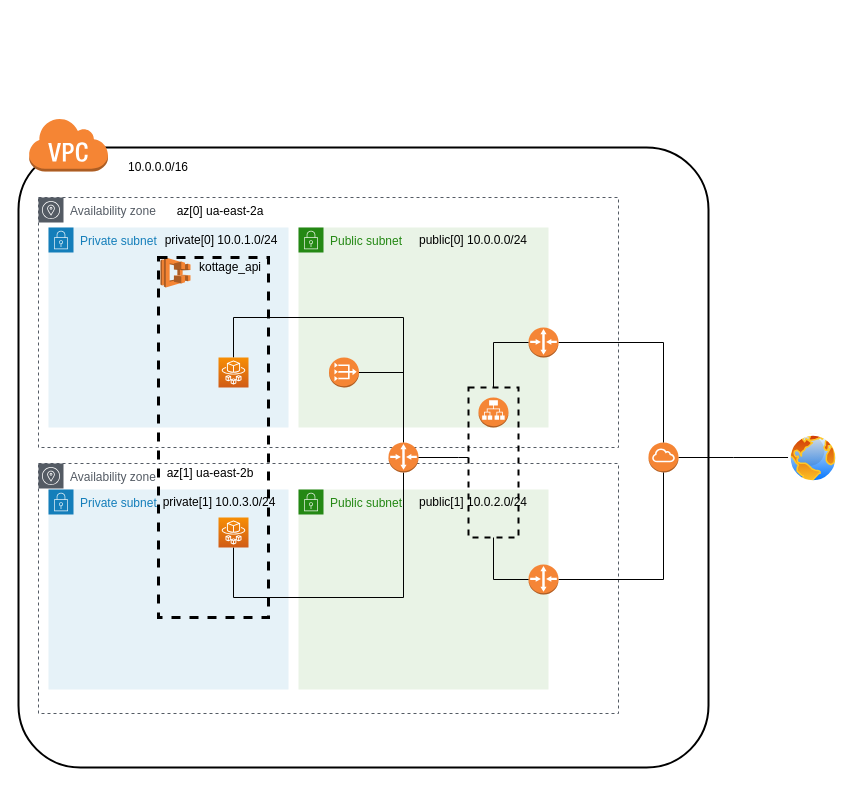
The draw.io diagram infra/kottage-network.drawio in hmiyado/kottage, before the edit. Source tidied: cells renumbered, new cells numbered last; positions are measured from the earlier drawing's top-left corner, leaving out a move shared by most shapes. Both pictures are drawn from the tidied source at 100%, with x=0, y=0 at pixel (18, 117).
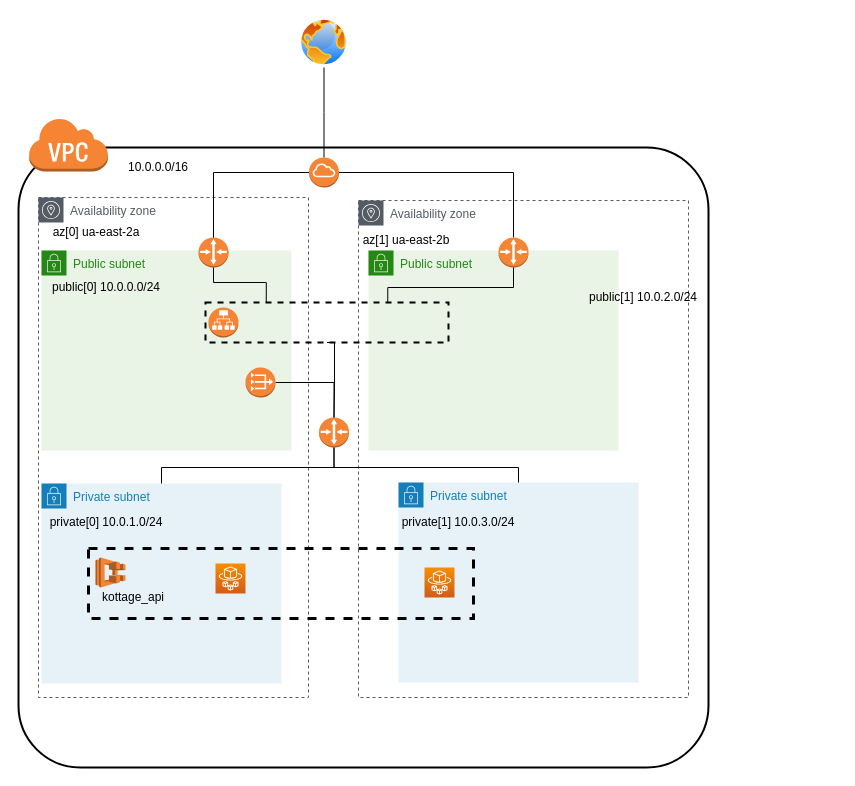
After the change.

Commit message:
refine network diagram

The edit, as a diff of the source:
```diff
@@
     <mxCell id="3" value="Availability zone" style="gradientColor=none;html=1;whiteSpace=wrap;fontSize=12;fontStyle=0;shape=mxgraph.aws4.group;grIcon=mxgraph.aws4.group_availability_zone;strokeColor=#545B64;fillColor=none;verticalAlign=top;align=left;spacingLeft=30;fontColor=#545B64;dashed=1;" parent="1" vertex="1">
-      <mxGeometry x="20" y="80" width="580" height="250" as="geometry" />
+      <mxGeometry x="20" y="80" width="270" height="500" as="geometry" />
     </mxCell>
     <mxCell id="4" value="Private subnet" style="points=[[0,0],[0.25,0],[0.5,0],[0.75,0],[1,0],[1,0.25],[1,0.5],[1,0.75],[1,1],[0.75,1],[0.5,1],[0.25,1],[0,1],[0,0.75],[0,0.5],[0,0.25]];outlineConnect=0;gradientColor=none;html=1;whiteSpace=wrap;fontSize=12;fontStyle=0;shape=mxgraph.aws4.group;grIcon=mxgraph.aws4.group_security_group;grStroke=0;strokeColor=#147EBA;fillColor=#E6F2F8;verticalAlign=top;align=left;spacingLeft=30;fontColor=#147EBA;dashed=0;" parent="1" vertex="1">
-      <mxGeometry x="30" y="110" width="240" height="200" as="geometry" />
+      <mxGeometry x="23" y="366" width="240" height="200" as="geometry" />
     </mxCell>
     <mxCell id="5" value="Availability zone" style="gradientColor=none;html=1;whiteSpace=wrap;fontSize=12;fontStyle=0;shape=mxgraph.aws4.group;grIcon=mxgraph.aws4.group_availability_zone;strokeColor=#545B64;fillColor=none;verticalAlign=top;align=left;spacingLeft=30;fontColor=#545B64;dashed=1;" parent="1" vertex="1">
-      <mxGeometry x="20" y="346" width="580" height="250" as="geometry" />
+      <mxGeometry x="340" y="83" width="330" height="497" as="geometry" />
     </mxCell>
@@
-    <mxCell id="7" style="edgeStyle=elbowEdgeStyle;rounded=0;jettySize=auto;elbow=vertical;html=1;exitX=1;exitY=0.5;exitDx=0;exitDy=0;exitPerimeter=0;endArrow=none;endFill=0;strokeColor=#000000;" parent="1" edge="1" source="8" target="28">
+    <mxCell id="7" style="edgeStyle=elbowEdgeStyle;rounded=0;jettySize=auto;elbow=vertical;html=1;exitX=0.5;exitY=0;exitDx=0;exitDy=0;exitPerimeter=0;endArrow=none;endFill=0;strokeColor=#000000;" parent="1" edge="1" source="8" target="28">
       <mxGeometry relative="1" as="geometry" />
     </mxCell>
     <mxCell id="8" style="outlineConnect=0;dashed=0;verticalLabelPosition=bottom;verticalAlign=top;align=center;html=1;shape=mxgraph.aws3.internet_gateway;fillColor=#F58534;gradientColor=none;" parent="1" vertex="1">
-      <mxGeometry x="630" y="325" width="30" height="30" as="geometry" />
+      <mxGeometry x="290.5" y="40" width="30" height="30" as="geometry" />
     </mxCell>
@@
     <mxCell id="10" value="private[0] 10.0.1.0/24" style="text;html=1;strokeColor=none;fillColor=none;align=center;verticalAlign=middle;whiteSpace=wrap;rounded=0;" parent="1" vertex="1">
-      <mxGeometry x="143" y="113" width="120" height="20" as="geometry" />
+      <mxGeometry x="28" y="395" width="120" height="20" as="geometry" />
     </mxCell>
     <mxCell id="11" value="Private subnet" style="points=[[0,0],[0.25,0],[0.5,0],[0.75,0],[1,0],[1,0.25],[1,0.5],[1,0.75],[1,1],[0.75,1],[0.5,1],[0.25,1],[0,1],[0,0.75],[0,0.5],[0,0.25]];outlineConnect=0;gradientColor=none;html=1;whiteSpace=wrap;fontSize=12;fontStyle=0;shape=mxgraph.aws4.group;grIcon=mxgraph.aws4.group_security_group;grStroke=0;strokeColor=#147EBA;fillColor=#E6F2F8;verticalAlign=top;align=left;spacingLeft=30;fontColor=#147EBA;dashed=0;" parent="1" vertex="1">
-      <mxGeometry x="30" y="372" width="240" height="200" as="geometry" />
+      <mxGeometry x="380" y="365" width="240" height="200" as="geometry" />
     </mxCell>
     <mxCell id="12" value="private[1] 10.0.3.0/24" style="text;html=1;strokeColor=none;fillColor=none;align=center;verticalAlign=middle;whiteSpace=wrap;rounded=0;" parent="1" vertex="1">
-      <mxGeometry x="141" y="375" width="120" height="20" as="geometry" />
+      <mxGeometry x="380" y="395" width="120" height="20" as="geometry" />
     </mxCell>
     <mxCell id="13" value="Public subnet" style="gradientColor=none;html=1;whiteSpace=wrap;fontSize=12;fontStyle=0;shape=mxgraph.aws4.group;grIcon=mxgraph.aws4.group_security_group;grStroke=0;strokeColor=#248814;fillColor=#E9F3E6;verticalAlign=top;align=left;spacingLeft=30;fontColor=#248814;dashed=0;" parent="1" vertex="1">
-      <mxGeometry x="280" y="110" width="250" height="200" as="geometry" />
+      <mxGeometry x="23" y="133" width="250" height="200" as="geometry" />
     </mxCell>
     <mxCell id="14" value="public[0] 10.0.0.0/24" style="text;html=1;strokeColor=none;fillColor=none;align=center;verticalAlign=middle;whiteSpace=wrap;rounded=0;" parent="1" vertex="1">
-      <mxGeometry x="390" y="113" width="130" height="20" as="geometry" />
+      <mxGeometry x="23" y="160" width="130" height="20" as="geometry" />
     </mxCell>
     <mxCell id="15" value="Public subnet" style="gradientColor=none;html=1;whiteSpace=wrap;fontSize=12;fontStyle=0;shape=mxgraph.aws4.group;grIcon=mxgraph.aws4.group_security_group;grStroke=0;strokeColor=#248814;fillColor=#E9F3E6;verticalAlign=top;align=left;spacingLeft=30;fontColor=#248814;dashed=0;" parent="1" vertex="1">
-      <mxGeometry x="280" y="372" width="250" height="200" as="geometry" />
+      <mxGeometry x="350" y="133" width="250" height="200" as="geometry" />
     </mxCell>
     <mxCell id="16" value="public[1] 10.0.2.0/24" style="text;html=1;strokeColor=none;fillColor=none;align=center;verticalAlign=middle;whiteSpace=wrap;rounded=0;" parent="1" vertex="1">
-      <mxGeometry x="390" y="375" width="130" height="20" as="geometry" />
+      <mxGeometry x="560" y="170" width="130" height="20" as="geometry" />
     </mxCell>
-    <mxCell id="17" style="edgeStyle=elbowEdgeStyle;rounded=0;jettySize=auto;html=1;entryX=0.5;entryY=0;entryDx=0;entryDy=0;entryPerimeter=0;endArrow=none;endFill=0;strokeColor=#000000;elbow=vertical;exitX=0.5;exitY=0;exitDx=0;exitDy=0;exitPerimeter=0;" parent="1" edge="1" source="29" target="21">
+    <mxCell id="17" style="edgeStyle=elbowEdgeStyle;rounded=0;jettySize=auto;html=1;endArrow=none;endFill=0;strokeColor=#000000;elbow=vertical;exitX=0.5;exitY=0;exitDx=0;exitDy=0;exitPerimeter=0;entryX=0.5;entryY=0;entryDx=0;entryDy=0;" parent="1" edge="1" source="29" target="4">
       <mxGeometry relative="1" as="geometry">
         <Array as="points">
-          <mxPoint x="290" y="200" />
+          <mxPoint x="220" y="350" />
+          <mxPoint x="270" y="400" />
           <mxPoint x="380" y="160" />
         </Array>
       </mxGeometry>
     </mxCell>
     <mxCell id="18" style="dashed=0;verticalLabelPosition=bottom;verticalAlign=top;align=center;html=1;shape=mxgraph.aws3.application_load_balancer;fillColor=#F58534;gradientColor=none;" parent="1" vertex="1">
-      <mxGeometry x="460" y="280" width="30" height="30" as="geometry" />
+      <mxGeometry x="190" y="190" width="30" height="30" as="geometry" />
     </mxCell>
     <mxCell id="19" style="edgeStyle=elbowEdgeStyle;rounded=0;jettySize=auto;elbow=vertical;html=1;exitX=1;exitY=0.5;exitDx=0;exitDy=0;exitPerimeter=0;endArrow=none;endFill=0;strokeColor=#000000;entryX=0.5;entryY=0;entryDx=0;entryDy=0;entryPerimeter=0;" parent="1" edge="1" source="20" target="29">
       <mxGeometry relative="1" as="geometry">
         <Array as="points">
+          <mxPoint x="310" y="265" />
           <mxPoint x="390" y="255" />
         </Array>
       </mxGeometry>
     </mxCell>
     <mxCell id="20" style="outlineConnect=0;dashed=0;verticalLabelPosition=bottom;verticalAlign=top;align=center;html=1;shape=mxgraph.aws3.vpc_nat_gateway;fillColor=#F58534;gradientColor=none;" parent="1" vertex="1">
-      <mxGeometry x="310.5" y="240" width="30" height="30" as="geometry" />
+      <mxGeometry x="227" y="250" width="30" height="30" as="geometry" />
     </mxCell>
     <mxCell id="21" style="points=[[0,0,0],[0.25,0,0],[0.5,0,0],[0.75,0,0],[1,0,0],[0,1,0],[0.25,1,0],[0.5,1,0],[0.75,1,0],[1,1,0],[0,0.25,0],[0,0.5,0],[0,0.75,0],[1,0.25,0],[1,0.5,0],[1,0.75,0]];outlineConnect=0;fontColor=#232F3E;gradientColor=#F78E04;gradientDirection=north;fillColor=#D05C17;strokeColor=#ffffff;dashed=0;verticalLabelPosition=bottom;verticalAlign=top;align=center;html=1;fontSize=12;fontStyle=0;shape=mxgraph.aws4.resourceIcon;resIcon=mxgraph.aws4.fargate;" parent="1" vertex="1">
-      <mxGeometry x="200" y="240" width="30" height="30" as="geometry" />
+      <mxGeometry x="197" y="446" width="30" height="30" as="geometry" />
     </mxCell>
-    <mxCell id="22" style="edgeStyle=elbowEdgeStyle;rounded=0;jettySize=auto;elbow=vertical;html=1;exitX=0.5;exitY=1;exitDx=0;exitDy=0;exitPerimeter=0;endArrow=none;endFill=0;strokeColor=#000000;entryX=0.5;entryY=1;entryDx=0;entryDy=0;entryPerimeter=0;" parent="1" edge="1" source="23" target="29">
+    <mxCell id="22" style="edgeStyle=elbowEdgeStyle;rounded=0;jettySize=auto;elbow=vertical;html=1;exitX=0.5;exitY=0;exitDx=0;exitDy=0;endArrow=none;endFill=0;strokeColor=#000000;" parent="1" edge="1" source="11" target="29">
       <mxGeometry relative="1" as="geometry">
         <Array as="points">
-          <mxPoint x="290" y="480" />
-          <mxPoint x="370" y="557" />
+          <mxPoint x="410" y="350" />
+          <mxPoint x="370" y="420" />
+          <mxPoint x="1090" y="637" />
         </Array>
       </mxGeometry>
     </mxCell>
     <mxCell id="23" style="points=[[0,0,0],[0.25,0,0],[0.5,0,0],[0.75,0,0],[1,0,0],[0,1,0],[0.25,1,0],[0.5,1,0],[0.75,1,0],[1,1,0],[0,0.25,0],[0,0.5,0],[0,0.75,0],[1,0.25,0],[1,0.5,0],[1,0.75,0]];outlineConnect=0;fontColor=#232F3E;gradientColor=#F78E04;gradientDirection=north;fillColor=#D05C17;strokeColor=#ffffff;dashed=0;verticalLabelPosition=bottom;verticalAlign=top;align=center;html=1;fontSize=12;fontStyle=0;shape=mxgraph.aws4.resourceIcon;resIcon=mxgraph.aws4.fargate;" parent="1" vertex="1">
-      <mxGeometry x="200" y="400" width="30" height="30" as="geometry" />
+      <mxGeometry x="406" y="450" width="30" height="30" as="geometry" />
     </mxCell>
     <mxCell id="24" style="dashed=0;verticalLabelPosition=bottom;verticalAlign=top;align=center;html=1;shape=mxgraph.aws3.ecs;fillColor=#F58534;gradientColor=none;" parent="1" vertex="1">
-      <mxGeometry x="142" y="140" width="30" height="30" as="geometry" />
+      <mxGeometry x="77" y="440" width="30" height="30" as="geometry" />
     </mxCell>
     <mxCell id="25" value="kottage_api" style="text;html=1;strokeColor=none;align=center;verticalAlign=middle;whiteSpace=wrap;rounded=0;dashed=1;" parent="1" vertex="1">
-      <mxGeometry x="174" y="140" width="76" height="20" as="geometry" />
+      <mxGeometry x="77" y="470" width="76" height="20" as="geometry" />
     </mxCell>
     <mxCell id="26" value="az[0] ua-east-2a" style="text;html=1;strokeColor=none;fillColor=none;align=center;verticalAlign=middle;whiteSpace=wrap;rounded=0;dashed=1;" parent="1" vertex="1">
-      <mxGeometry x="144" y="84" width="116" height="20" as="geometry" />
+      <mxGeometry x="20" y="105" width="116" height="20" as="geometry" />
     </mxCell>
     <mxCell id="27" value="az[1] ua-east-2b" style="text;html=1;strokeColor=none;fillColor=none;align=center;verticalAlign=middle;whiteSpace=wrap;rounded=0;dashed=1;" parent="1" vertex="1">
-      <mxGeometry x="144" y="346" width="96" height="20" as="geometry" />
+      <mxGeometry x="340" y="113" width="96" height="20" as="geometry" />
     </mxCell>
     <mxCell id="28" style="perimeter=ellipsePerimeter;html=1;align=center;shadow=0;dashed=0;spacingTop=3;image;image=img/lib/active_directory/internet_globe.svg;strokeWidth=3;fillColor=none;" parent="1" vertex="1">
-      <mxGeometry x="770" y="316" width="50" height="50" as="geometry" />
+      <mxGeometry x="280.5" y="-100" width="50" height="50" as="geometry" />
     </mxCell>
     <mxCell id="29" style="outlineConnect=0;dashed=0;verticalLabelPosition=bottom;verticalAlign=top;align=center;html=1;shape=mxgraph.aws3.router;fillColor=#F58536;gradientColor=none;" parent="1" vertex="1">
-      <mxGeometry x="370" y="325" width="30" height="30" as="geometry" />
+      <mxGeometry x="300.5" y="300" width="30" height="30" as="geometry" />
     </mxCell>
     <mxCell id="30" style="edgeStyle=orthogonalEdgeStyle;rounded=0;jettySize=auto;html=1;exitX=1;exitY=0.5;exitDx=0;exitDy=0;exitPerimeter=0;endArrow=none;endFill=0;" parent="1" edge="1" source="31" target="8">
       <mxGeometry relative="1" as="geometry">
         <Array as="points">
-          <mxPoint x="645" y="225" />
+          <mxPoint x="195" y="135" />
+          <mxPoint x="195" y="55" />
         </Array>
       </mxGeometry>
     </mxCell>
     <mxCell id="31" style="outlineConnect=0;dashed=0;verticalLabelPosition=bottom;verticalAlign=top;align=center;html=1;shape=mxgraph.aws3.router;fillColor=#F58536;gradientColor=none;" parent="1" vertex="1">
-      <mxGeometry x="510" y="210" width="30" height="30" as="geometry" />
+      <mxGeometry x="180" y="120" width="30" height="30" as="geometry" />
     </mxCell>
-    <mxCell id="32" style="edgeStyle=orthogonalEdgeStyle;rounded=0;jettySize=auto;html=1;exitX=1;exitY=0.5;exitDx=0;exitDy=0;exitPerimeter=0;endArrow=none;endFill=0;" parent="1" edge="1" source="33" target="8">
+    <mxCell id="32" style="edgeStyle=orthogonalEdgeStyle;rounded=0;jettySize=auto;html=1;exitX=0.5;exitY=0;exitDx=0;exitDy=0;exitPerimeter=0;entryX=1;entryY=0.5;entryDx=0;entryDy=0;entryPerimeter=0;endArrow=none;endFill=0;" parent="1" edge="1" source="33" target="8">
       <mxGeometry relative="1" as="geometry" />
     </mxCell>
     <mxCell id="33" style="outlineConnect=0;dashed=0;verticalLabelPosition=bottom;verticalAlign=top;align=center;html=1;shape=mxgraph.aws3.router;fillColor=#F58536;gradientColor=none;" parent="1" vertex="1">
-      <mxGeometry x="510" y="447" width="30" height="30" as="geometry" />
+      <mxGeometry x="480" y="120" width="30" height="30" as="geometry" />
     </mxCell>
-    <mxCell id="34" style="edgeStyle=orthogonalEdgeStyle;rounded=0;jettySize=auto;html=1;exitX=0.5;exitY=0;exitDx=0;exitDy=0;entryX=0;entryY=0.5;entryDx=0;entryDy=0;entryPerimeter=0;endArrow=none;endFill=0;" parent="1" edge="1" source="37" target="31">
+    <mxCell id="34" style="edgeStyle=orthogonalEdgeStyle;rounded=0;jettySize=auto;html=1;exitX=0.25;exitY=0;exitDx=0;exitDy=0;entryX=0.5;entryY=1;entryDx=0;entryDy=0;entryPerimeter=0;endArrow=none;endFill=0;" parent="1" edge="1" source="37" target="31">
       <mxGeometry relative="1" as="geometry" />
     </mxCell>
-    <mxCell id="35" style="edgeStyle=orthogonalEdgeStyle;rounded=0;jettySize=auto;html=1;entryX=0;entryY=0.5;entryDx=0;entryDy=0;entryPerimeter=0;endArrow=none;endFill=0;exitX=0.5;exitY=1;exitDx=0;exitDy=0;" parent="1" edge="1" source="37" target="33">
-      <mxGeometry relative="1" as="geometry" />
+    <mxCell id="35" style="edgeStyle=orthogonalEdgeStyle;rounded=0;jettySize=auto;html=1;exitX=0.75;exitY=0;exitDx=0;exitDy=0;endArrow=none;endFill=0;" parent="1" edge="1" source="37" target="33">
+      <mxGeometry relative="1" as="geometry">
+        <Array as="points">
+          <mxPoint x="369" y="170" />
+          <mxPoint x="495" y="170" />
+        </Array>
+      </mxGeometry>
     </mxCell>
-    <mxCell id="36" style="edgeStyle=orthogonalEdgeStyle;rounded=0;jettySize=auto;html=1;endArrow=none;endFill=0;" parent="1" edge="1" source="37" target="29">
+    <mxCell id="36" style="edgeStyle=orthogonalEdgeStyle;rounded=0;jettySize=auto;html=1;exitX=0.5;exitY=1;exitDx=0;exitDy=0;entryX=0.5;entryY=0;entryDx=0;entryDy=0;entryPerimeter=0;endArrow=none;endFill=0;" parent="1" edge="1" source="37" target="29">
       <mxGeometry relative="1" as="geometry">
         <Array as="points">
-          <mxPoint x="440" y="340" />
-          <mxPoint x="440" y="340" />
+          <mxPoint x="316" y="225" />
+          <mxPoint x="316" y="270" />
         </Array>
       </mxGeometry>
     </mxCell>
     <mxCell id="37" style="rounded=0;whiteSpace=wrap;html=1;fillColor=none;strokeWidth=2;dashed=1;" parent="1" vertex="1">
-      <mxGeometry x="450" y="270" width="50" height="150" as="geometry" />
+      <mxGeometry x="187" y="185" width="243" height="40" as="geometry" />
     </mxCell>
     <mxCell id="38" style="rounded=0;whiteSpace=wrap;html=1;fillColor=none;strokeWidth=3;dashed=1;" parent="1" vertex="1">
-      <mxGeometry x="140" y="140" width="110" height="360" as="geometry" />
+      <mxGeometry x="70" y="431" width="385" height="70" as="geometry" />
     </mxCell>
```
